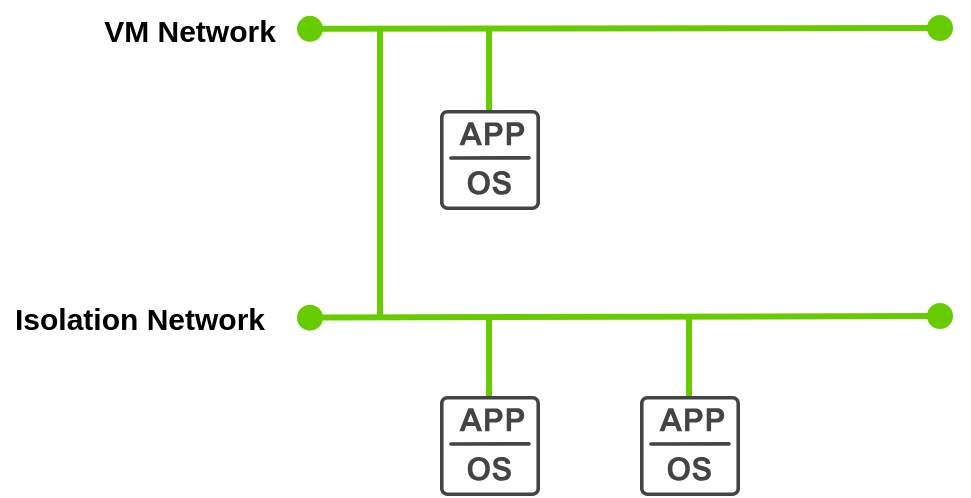
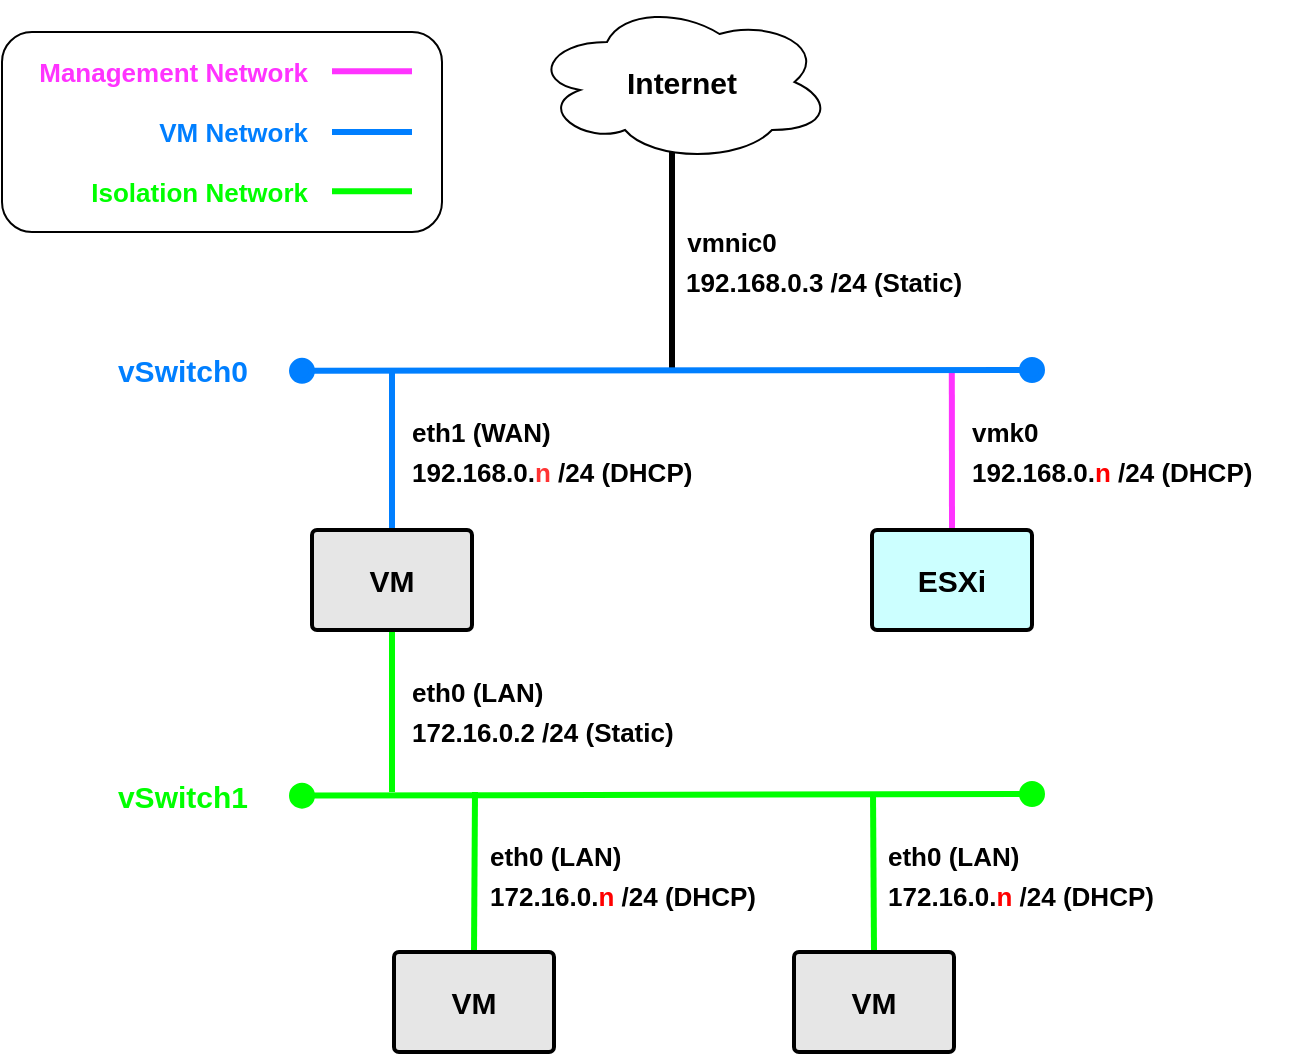
<mxfile host="app.diagrams.net">
  <diagram name="ページ-1" id="D9XlB_TMD_-MUx1WWyKS">
-     <mxGraphModel dx="870" dy="1125" grid="1" gridSize="10" guides="1" tooltips="1" connect="1" arrows="1" fold="1" page="1" pageScale="1" pageWidth="827" pageHeight="1169" math="0" shadow="0">
+     <mxGraphModel dx="620" dy="776" grid="1" gridSize="10" guides="1" tooltips="1" connect="1" arrows="1" fold="1" page="1" pageScale="1" pageWidth="827" pageHeight="1169" math="0" shadow="0">
      <root>
        <mxCell id="0" />
        <mxCell id="1" parent="0" />
-         <mxCell id="pE-su3vWhePZpemRAO9L-37" edge="1" parent="1" style="endArrow=oval;html=1;rounded=0;startArrow=oval;startFill=1;endFill=1;strokeWidth=3;startSize=10;endSize=10;strokeColor=#66CC00;" value="">
+         <mxCell id="pE-su3vWhePZpemRAO9L-59" edge="1" parent="1" source="KYxcwjHtLG0wu8oCJr7q-87" style="endArrow=none;html=1;rounded=0;strokeWidth=3;startSize=6;strokeColor=#007FFF;exitX=0.5;exitY=0;exitDx=0;exitDy=0;" value="">
          <mxGeometry height="50" relative="1" width="50" as="geometry">
-             <mxPoint x="235" y="284.40999999999997" as="sourcePoint" />
-             <mxPoint x="550" y="284" as="targetPoint" />
+             <mxPoint x="280" y="390" as="sourcePoint" />
+             <mxPoint x="280" y="310" as="targetPoint" />
          </mxGeometry>
        </mxCell>
-         <mxCell id="pE-su3vWhePZpemRAO9L-39" parent="1" style="text;html=1;whiteSpace=wrap;strokeColor=none;fillColor=none;align=center;verticalAlign=middle;rounded=0;autosize=1;resizable=0;fontSize=15;fontStyle=1" value="VM Network" vertex="1">
-           <mxGeometry height="30" width="110" x="120" y="270" as="geometry" />
+         <mxCell id="Ucy1ZjD5wb_D-EbqR8lm-11" parent="1" style="ellipse;shape=cloud;whiteSpace=wrap;html=1;fontStyle=1;fontSize=15;" value="Internet" vertex="1">
+           <mxGeometry height="80" width="150" x="350" y="125" as="geometry" />
        </mxCell>
-         <mxCell id="pE-su3vWhePZpemRAO9L-45" edge="1" parent="1" style="endArrow=oval;html=1;rounded=0;startArrow=oval;startFill=1;endFill=1;strokeWidth=3;startSize=10;endSize=10;strokeColor=#66CC00;" value="">
+         <mxCell id="Ucy1ZjD5wb_D-EbqR8lm-12" edge="1" parent="1" style="endArrow=none;html=1;rounded=0;strokeWidth=3;startSize=6;strokeColor=#000000;" value="">
          <mxGeometry height="50" relative="1" width="50" as="geometry">
-             <mxPoint x="235" y="428.81999999999994" as="sourcePoint" />
-             <mxPoint x="550" y="428" as="targetPoint" />
+             <mxPoint x="420" y="310" as="sourcePoint" />
+             <mxPoint x="420" y="200" as="targetPoint" />
          </mxGeometry>
        </mxCell>
-         <mxCell id="pE-su3vWhePZpemRAO9L-46" parent="1" style="text;html=1;whiteSpace=wrap;strokeColor=none;fillColor=none;align=center;verticalAlign=middle;rounded=0;autosize=1;resizable=0;fontSize=15;fontStyle=1" value="Isolation Network" vertex="1">
-           <mxGeometry height="30" width="140" x="80" y="414" as="geometry" />
+         <mxCell id="Ucy1ZjD5wb_D-EbqR8lm-13" parent="1" style="text;html=1;whiteSpace=wrap;strokeColor=none;fillColor=none;align=center;verticalAlign=middle;rounded=0;autosize=1;resizable=0;fontSize=13;fontStyle=1" value="vmnic0" vertex="1">
+           <mxGeometry height="30" width="60" x="420" y="230" as="geometry" />
        </mxCell>
-         <mxCell id="pE-su3vWhePZpemRAO9L-47" edge="1" parent="1" style="endArrow=none;html=1;rounded=0;strokeWidth=3;startSize=6;strokeColor=#66CC00;" value="">
+         <mxCell id="KYxcwjHtLG0wu8oCJr7q-10" edge="1" parent="1" source="KYxcwjHtLG0wu8oCJr7q-15" style="endArrow=none;html=1;rounded=0;strokeWidth=3;startSize=6;strokeColor=#FF33FF;exitX=0.5;exitY=0;exitDx=0;exitDy=0;labelBorderColor=none;" value="">
          <mxGeometry height="50" relative="1" width="50" as="geometry">
-             <mxPoint x="270" y="428" as="sourcePoint" />
-             <mxPoint x="270" y="284" as="targetPoint" />
+             <mxPoint x="559.9659090909092" y="350" as="sourcePoint" />
+             <mxPoint x="559.9100000000001" y="309" as="targetPoint" />
          </mxGeometry>
        </mxCell>
-         <mxCell id="pE-su3vWhePZpemRAO9L-55" parent="1" style="sketch=0;pointerEvents=1;shadow=0;dashed=0;html=1;strokeColor=none;fillColor=#434445;aspect=fixed;labelPosition=center;verticalLabelPosition=bottom;verticalAlign=top;align=center;outlineConnect=0;shape=mxgraph.vvd.app;" value="" vertex="1">
-           <mxGeometry height="50" width="50" x="300" y="468" as="geometry" />
+         <mxCell id="KYxcwjHtLG0wu8oCJr7q-30" connectable="0" parent="1" style="group" value="" vertex="1">
+           <mxGeometry height="49.5" width="170" x="288" y="455" as="geometry" />
        </mxCell>
-         <mxCell id="pE-su3vWhePZpemRAO9L-57" parent="1" style="sketch=0;pointerEvents=1;shadow=0;dashed=0;html=1;strokeColor=none;fillColor=#434445;aspect=fixed;labelPosition=center;verticalLabelPosition=bottom;verticalAlign=top;align=center;outlineConnect=0;shape=mxgraph.vvd.app;" value="" vertex="1">
-           <mxGeometry height="50" width="50" x="400" y="468" as="geometry" />
+         <mxCell id="Ucy1ZjD5wb_D-EbqR8lm-18" parent="KYxcwjHtLG0wu8oCJr7q-30" style="text;html=1;whiteSpace=wrap;strokeColor=none;fillColor=none;align=left;verticalAlign=middle;rounded=0;autosize=1;resizable=0;fontSize=13;fontStyle=1" value="eth0 (LAN)" vertex="1">
+           <mxGeometry height="30" width="90" as="geometry" />
        </mxCell>
-         <mxCell id="pE-su3vWhePZpemRAO9L-58" parent="1" style="sketch=0;pointerEvents=1;shadow=0;dashed=0;html=1;strokeColor=none;fillColor=#434445;aspect=fixed;labelPosition=center;verticalLabelPosition=bottom;verticalAlign=top;align=center;outlineConnect=0;shape=mxgraph.vvd.app;" value="" vertex="1">
-           <mxGeometry height="50" width="50" x="300" y="325" as="geometry" />
+         <mxCell id="KYxcwjHtLG0wu8oCJr7q-29" parent="KYxcwjHtLG0wu8oCJr7q-30" style="text;html=1;whiteSpace=wrap;strokeColor=none;fillColor=none;align=left;verticalAlign=middle;rounded=0;autosize=1;resizable=0;fontSize=13;fontStyle=1" value="&lt;div&gt;172.16.0.2 /24 (Static)&lt;/div&gt;" vertex="1">
+           <mxGeometry height="30" width="150" y="19.5" as="geometry" />
        </mxCell>
-         <mxCell id="pE-su3vWhePZpemRAO9L-59" edge="1" parent="1" style="endArrow=none;html=1;rounded=0;strokeWidth=3;startSize=6;strokeColor=#66CC00;" value="">
+         <mxCell id="KYxcwjHtLG0wu8oCJr7q-31" connectable="0" parent="1" style="group" value="" vertex="1">
+           <mxGeometry height="50" width="170" x="327" y="537" as="geometry" />
+         </mxCell>
+         <mxCell id="Ucy1ZjD5wb_D-EbqR8lm-19" parent="KYxcwjHtLG0wu8oCJr7q-31" style="text;html=1;whiteSpace=wrap;strokeColor=none;fillColor=none;align=left;verticalAlign=middle;rounded=0;autosize=1;resizable=0;fontSize=13;fontStyle=1" value="eth0 (LAN)" vertex="1">
+           <mxGeometry height="30" width="90" as="geometry" />
+         </mxCell>
+         <mxCell id="KYxcwjHtLG0wu8oCJr7q-28" parent="KYxcwjHtLG0wu8oCJr7q-31" style="text;html=1;whiteSpace=wrap;strokeColor=none;fillColor=none;align=left;verticalAlign=middle;rounded=0;autosize=1;resizable=0;fontSize=13;fontStyle=1" value="&lt;div&gt;172.16.0.&lt;span style=&quot;color: rgb(255, 0, 0);&quot;&gt;n&lt;/span&gt; /24 (DHCP)&lt;/div&gt;" vertex="1">
+           <mxGeometry height="30" width="160" y="20" as="geometry" />
+         </mxCell>
+         <mxCell id="KYxcwjHtLG0wu8oCJr7q-37" edge="1" parent="1" style="endArrow=none;html=1;rounded=0;strokeWidth=3;startSize=6;strokeColor=#00FF00;" target="KYxcwjHtLG0wu8oCJr7q-87" value="">
          <mxGeometry height="50" relative="1" width="50" as="geometry">
-             <mxPoint x="324.5000000000002" y="325" as="sourcePoint" />
-             <mxPoint x="324.5" y="284" as="targetPoint" />
+             <mxPoint x="280" y="520" as="sourcePoint" />
+             <mxPoint x="280" y="440" as="targetPoint" />
          </mxGeometry>
        </mxCell>
-         <mxCell id="pE-su3vWhePZpemRAO9L-60" edge="1" parent="1" style="endArrow=none;html=1;rounded=0;strokeWidth=3;startSize=6;strokeColor=#66CC00;" value="">
+         <mxCell id="KYxcwjHtLG0wu8oCJr7q-38" connectable="0" parent="1" style="group" value="" vertex="1">
+           <mxGeometry height="30" width="470" x="130" y="467" as="geometry" />
+         </mxCell>
+         <mxCell id="pE-su3vWhePZpemRAO9L-46" parent="KYxcwjHtLG0wu8oCJr7q-38" style="text;html=1;whiteSpace=wrap;strokeColor=none;fillColor=none;align=right;verticalAlign=middle;rounded=0;autosize=1;resizable=0;fontSize=15;fontStyle=1;fontColor=#00FF00;" value="vSwitch1" vertex="1">
+           <mxGeometry height="30" width="80" y="40" as="geometry" />
+         </mxCell>
+         <mxCell id="pE-su3vWhePZpemRAO9L-45" edge="1" parent="KYxcwjHtLG0wu8oCJr7q-38" style="endArrow=oval;html=1;rounded=0;startArrow=oval;startFill=1;endFill=1;strokeWidth=3;startSize=10;endSize=10;strokeColor=#00FF00;" value="">
          <mxGeometry height="50" relative="1" width="50" as="geometry">
-             <mxPoint x="324.5000000000002" y="468" as="sourcePoint" />
-             <mxPoint x="324.5" y="427" as="targetPoint" />
+             <mxPoint x="105" y="54.819999999999936" as="sourcePoint" />
+             <mxPoint x="470" y="54" as="targetPoint" />
          </mxGeometry>
        </mxCell>
-         <mxCell id="pE-su3vWhePZpemRAO9L-61" edge="1" parent="1" style="endArrow=none;html=1;rounded=0;strokeWidth=3;startSize=6;strokeColor=#66CC00;" value="">
+         <mxCell id="KYxcwjHtLG0wu8oCJr7q-40" connectable="0" parent="1" style="group" value="" vertex="1">
+           <mxGeometry height="49.5" width="170" x="288" y="325" as="geometry" />
+         </mxCell>
+         <mxCell id="KYxcwjHtLG0wu8oCJr7q-41" parent="KYxcwjHtLG0wu8oCJr7q-40" style="text;html=1;whiteSpace=wrap;strokeColor=none;fillColor=none;align=left;verticalAlign=middle;rounded=0;autosize=1;resizable=0;fontSize=13;fontStyle=1" value="eth1 (WAN)" vertex="1">
+           <mxGeometry height="30" width="90" as="geometry" />
+         </mxCell>
+         <mxCell id="KYxcwjHtLG0wu8oCJr7q-42" parent="KYxcwjHtLG0wu8oCJr7q-40" style="text;html=1;whiteSpace=wrap;strokeColor=none;fillColor=none;align=left;verticalAlign=middle;rounded=0;autosize=1;resizable=0;fontSize=13;fontStyle=1" value="&lt;div&gt;192.168.0.&lt;span style=&quot;color: rgb(255, 51, 51);&quot;&gt;n&lt;/span&gt; /24 (DHCP)&lt;/div&gt;" vertex="1">
+           <mxGeometry height="30" width="160" y="19.5" as="geometry" />
+         </mxCell>
+         <mxCell id="KYxcwjHtLG0wu8oCJr7q-44" connectable="0" parent="1" style="group" value="" vertex="1">
+           <mxGeometry height="49.5" width="170" x="568" y="325" as="geometry" />
+         </mxCell>
+         <mxCell id="KYxcwjHtLG0wu8oCJr7q-11" parent="KYxcwjHtLG0wu8oCJr7q-44" style="text;html=1;whiteSpace=wrap;strokeColor=none;fillColor=none;align=left;verticalAlign=middle;rounded=0;autosize=1;resizable=0;fontSize=13;fontStyle=1" value="vmk0" vertex="1">
+           <mxGeometry height="30" width="50" x="5.684341886080802e-14" as="geometry" />
+         </mxCell>
+         <mxCell id="KYxcwjHtLG0wu8oCJr7q-43" parent="KYxcwjHtLG0wu8oCJr7q-44" style="text;html=1;whiteSpace=wrap;strokeColor=none;fillColor=none;align=left;verticalAlign=middle;rounded=0;autosize=1;resizable=0;fontSize=13;fontStyle=1" value="&lt;div&gt;192.168.0.&lt;span style=&quot;color: rgb(255, 0, 0);&quot;&gt;n&lt;/span&gt; /24 (DHCP)&lt;/div&gt;" vertex="1">
+           <mxGeometry height="30" width="160" y="19.5" as="geometry" />
+         </mxCell>
+         <mxCell id="KYxcwjHtLG0wu8oCJr7q-45" connectable="0" parent="1" style="group" value="" vertex="1">
+           <mxGeometry height="30" width="500" x="100" y="294" as="geometry" />
+         </mxCell>
+         <mxCell id="pE-su3vWhePZpemRAO9L-39" parent="KYxcwjHtLG0wu8oCJr7q-45" style="text;html=1;whiteSpace=wrap;strokeColor=none;fillColor=none;align=right;verticalAlign=middle;rounded=0;autosize=1;resizable=0;fontSize=15;fontStyle=1;fontColor=#007FFF;" value="vSwitch0　　" vertex="1">
+           <mxGeometry height="30" width="110" as="geometry" />
+         </mxCell>
+         <mxCell id="pE-su3vWhePZpemRAO9L-37" edge="1" parent="KYxcwjHtLG0wu8oCJr7q-45" style="endArrow=oval;html=1;rounded=0;startArrow=oval;startFill=1;endFill=1;strokeWidth=3;startSize=10;endSize=10;strokeColor=#007FFF;" value="">
          <mxGeometry height="50" relative="1" width="50" as="geometry">
-             <mxPoint x="424.5000000000002" y="468" as="sourcePoint" />
-             <mxPoint x="424.5" y="427" as="targetPoint" />
+             <mxPoint x="135" y="15.409999999999968" as="sourcePoint" />
+             <mxPoint x="500" y="15" as="targetPoint" />
          </mxGeometry>
+         </mxCell>
+         <mxCell id="KYxcwjHtLG0wu8oCJr7q-55" connectable="0" parent="1" style="group" value="" vertex="1">
+           <mxGeometry height="100" width="220" x="85" y="140" as="geometry" />
+         </mxCell>
+         <mxCell id="KYxcwjHtLG0wu8oCJr7q-46" parent="KYxcwjHtLG0wu8oCJr7q-55" style="rounded=1;whiteSpace=wrap;html=1;fillColor=#FFFFFF;" value="" vertex="1">
+           <mxGeometry height="100" width="220" as="geometry" />
+         </mxCell>
+         <mxCell id="KYxcwjHtLG0wu8oCJr7q-47" edge="1" parent="KYxcwjHtLG0wu8oCJr7q-55" style="endArrow=none;html=1;rounded=0;strokeWidth=3;startSize=6;strokeColor=#FF33FF;movable=1;resizable=1;rotatable=1;deletable=1;editable=1;locked=0;connectable=1;" value="">
+           <mxGeometry height="50" relative="1" width="50" as="geometry">
+             <mxPoint x="165" y="19.659999999999968" as="sourcePoint" />
+             <mxPoint x="205" y="19.659999999999968" as="targetPoint" />
+           </mxGeometry>
+         </mxCell>
+         <mxCell id="KYxcwjHtLG0wu8oCJr7q-48" edge="1" parent="KYxcwjHtLG0wu8oCJr7q-55" style="endArrow=none;html=1;rounded=0;strokeWidth=3;startSize=6;strokeColor=#007FFF;movable=1;resizable=1;rotatable=1;deletable=1;editable=1;locked=0;connectable=1;" value="">
+           <mxGeometry height="50" relative="1" width="50" as="geometry">
+             <mxPoint x="165" y="50" as="sourcePoint" />
+             <mxPoint x="205" y="50" as="targetPoint" />
+           </mxGeometry>
+         </mxCell>
+         <mxCell id="KYxcwjHtLG0wu8oCJr7q-49" edge="1" parent="KYxcwjHtLG0wu8oCJr7q-55" style="endArrow=none;html=1;rounded=0;strokeWidth=3;startSize=6;strokeColor=#00FF00;movable=1;resizable=1;rotatable=1;deletable=1;editable=1;locked=0;connectable=1;" value="">
+           <mxGeometry height="50" relative="1" width="50" as="geometry">
+             <mxPoint x="165" y="79.65999999999997" as="sourcePoint" />
+             <mxPoint x="205" y="79.65999999999997" as="targetPoint" />
+           </mxGeometry>
+         </mxCell>
+         <mxCell id="KYxcwjHtLG0wu8oCJr7q-50" parent="KYxcwjHtLG0wu8oCJr7q-55" style="text;html=1;whiteSpace=wrap;strokeColor=none;fillColor=none;align=right;verticalAlign=middle;rounded=0;autosize=1;resizable=0;fontSize=13;fontStyle=1;fontColor=#FF33FF;" value="Management Network" vertex="1">
+           <mxGeometry height="30" width="150" x="5" y="5" as="geometry" />
+         </mxCell>
+         <mxCell id="KYxcwjHtLG0wu8oCJr7q-51" parent="KYxcwjHtLG0wu8oCJr7q-55" style="text;html=1;whiteSpace=wrap;strokeColor=none;fillColor=none;align=right;verticalAlign=middle;rounded=0;autosize=1;resizable=0;fontSize=13;fontStyle=1;fontColor=#007FFF;" value="&lt;span style=&quot;&quot;&gt;VM Network&lt;/span&gt;" vertex="1">
+           <mxGeometry height="30" width="90" x="65" y="35" as="geometry" />
+         </mxCell>
+         <mxCell id="KYxcwjHtLG0wu8oCJr7q-52" parent="KYxcwjHtLG0wu8oCJr7q-55" style="text;html=1;whiteSpace=wrap;strokeColor=none;fillColor=none;align=right;verticalAlign=middle;rounded=0;autosize=1;resizable=0;fontSize=13;fontStyle=1;fontColor=#00FF00;" value="Isolation Network" vertex="1">
+           <mxGeometry height="30" width="120" x="35" y="65" as="geometry" />
+         </mxCell>
+         <mxCell id="KYxcwjHtLG0wu8oCJr7q-61" parent="1" style="text;html=1;whiteSpace=wrap;strokeColor=none;fillColor=none;align=left;verticalAlign=middle;rounded=0;autosize=1;resizable=0;fontSize=13;fontStyle=1" value="&lt;div&gt;192.168.0.3 /24 (Static)&lt;/div&gt;" vertex="1">
+           <mxGeometry height="30" width="160" x="425" y="250" as="geometry" />
+         </mxCell>
+         <mxCell id="KYxcwjHtLG0wu8oCJr7q-68" connectable="0" parent="1" style="group" value="" vertex="1">
+           <mxGeometry height="50" width="170" x="526" y="537" as="geometry" />
+         </mxCell>
+         <mxCell id="KYxcwjHtLG0wu8oCJr7q-69" parent="KYxcwjHtLG0wu8oCJr7q-68" style="text;html=1;whiteSpace=wrap;strokeColor=none;fillColor=none;align=left;verticalAlign=middle;rounded=0;autosize=1;resizable=0;fontSize=13;fontStyle=1" value="eth0 (LAN)" vertex="1">
+           <mxGeometry height="30" width="90" as="geometry" />
+         </mxCell>
+         <mxCell id="KYxcwjHtLG0wu8oCJr7q-70" parent="KYxcwjHtLG0wu8oCJr7q-68" style="text;html=1;whiteSpace=wrap;strokeColor=none;fillColor=none;align=left;verticalAlign=middle;rounded=0;autosize=1;resizable=0;fontSize=13;fontStyle=1" value="&lt;div&gt;172.16.0.&lt;span style=&quot;color: rgb(255, 0, 0);&quot;&gt;n&lt;/span&gt; /24 (DHCP)&lt;/div&gt;" vertex="1">
+           <mxGeometry height="30" width="160" y="20" as="geometry" />
+         </mxCell>
+         <mxCell id="KYxcwjHtLG0wu8oCJr7q-83" connectable="0" parent="1" style="group;fillColor=#CCFFFF;" value="" vertex="1">
+           <mxGeometry height="50" width="80" x="520" y="389" as="geometry" />
+         </mxCell>
+         <mxCell id="KYxcwjHtLG0wu8oCJr7q-15" parent="KYxcwjHtLG0wu8oCJr7q-83" style="rounded=1;whiteSpace=wrap;html=1;fillColor=none;strokeColor=default;strokeWidth=2;arcSize=5;container=0;" value="" vertex="1">
+           <mxGeometry height="50" width="80" as="geometry" />
+         </mxCell>
+         <mxCell id="KYxcwjHtLG0wu8oCJr7q-82" parent="KYxcwjHtLG0wu8oCJr7q-83" style="text;html=1;whiteSpace=wrap;strokeColor=none;fillColor=none;align=center;verticalAlign=middle;rounded=0;autosize=1;resizable=0;fontSize=15;fontStyle=1" value="ESXi" vertex="1">
+           <mxGeometry height="30" width="60" x="10.004285714285714" y="10" as="geometry" />
+         </mxCell>
+         <mxCell id="KYxcwjHtLG0wu8oCJr7q-86" connectable="0" parent="1" style="group;fillColor=#E6E6E6;" value="" vertex="1">
+           <mxGeometry height="50" width="80" x="240" y="389" as="geometry" />
+         </mxCell>
+         <mxCell id="KYxcwjHtLG0wu8oCJr7q-87" parent="KYxcwjHtLG0wu8oCJr7q-86" style="rounded=1;whiteSpace=wrap;html=1;fillColor=none;strokeColor=default;strokeWidth=2;arcSize=5;container=0;" value="" vertex="1">
+           <mxGeometry height="50" width="80" as="geometry" />
+         </mxCell>
+         <mxCell id="KYxcwjHtLG0wu8oCJr7q-88" parent="KYxcwjHtLG0wu8oCJr7q-86" style="text;html=1;whiteSpace=wrap;strokeColor=none;fillColor=none;align=center;verticalAlign=middle;rounded=0;autosize=1;resizable=0;fontSize=15;fontStyle=1" value="VM" vertex="1">
+           <mxGeometry height="30" width="50" x="14.998571428571427" y="10" as="geometry" />
+         </mxCell>
+         <mxCell id="KYxcwjHtLG0wu8oCJr7q-66" edge="1" parent="1" source="KYxcwjHtLG0wu8oCJr7q-96" style="endArrow=none;html=1;rounded=0;strokeWidth=3;startSize=6;strokeColor=#00FF00;exitX=0.5;exitY=0;exitDx=0;exitDy=0;" value="">
+           <mxGeometry height="50" relative="1" width="50" as="geometry">
+             <mxPoint x="520.8809523809523" y="600" as="sourcePoint" />
+             <mxPoint x="520.5" y="520" as="targetPoint" />
+           </mxGeometry>
+         </mxCell>
+         <mxCell id="KYxcwjHtLG0wu8oCJr7q-95" connectable="0" parent="1" style="group;fillColor=#E6E6E6;" value="" vertex="1">
+           <mxGeometry height="50" width="80" x="481" y="600" as="geometry" />
+         </mxCell>
+         <mxCell id="KYxcwjHtLG0wu8oCJr7q-96" parent="KYxcwjHtLG0wu8oCJr7q-95" style="rounded=1;whiteSpace=wrap;html=1;fillColor=none;strokeColor=default;strokeWidth=2;arcSize=5;container=0;" value="" vertex="1">
+           <mxGeometry height="50" width="80" as="geometry" />
+         </mxCell>
+         <mxCell id="KYxcwjHtLG0wu8oCJr7q-97" parent="KYxcwjHtLG0wu8oCJr7q-95" style="text;html=1;whiteSpace=wrap;strokeColor=none;fillColor=none;align=center;verticalAlign=middle;rounded=0;autosize=1;resizable=0;fontSize=15;fontStyle=1" value="VM" vertex="1">
+           <mxGeometry height="30" width="50" x="14.998571428571427" y="10" as="geometry" />
+         </mxCell>
+         <mxCell id="pE-su3vWhePZpemRAO9L-60" edge="1" parent="1" source="KYxcwjHtLG0wu8oCJr7q-92" style="endArrow=none;html=1;rounded=0;strokeWidth=3;startSize=6;strokeColor=#00FF00;exitX=0.5;exitY=0;exitDx=0;exitDy=0;" value="">
+           <mxGeometry height="50" relative="1" width="50" as="geometry">
+             <mxPoint x="290" y="590" as="sourcePoint" />
+             <mxPoint x="321.5" y="520" as="targetPoint" />
+           </mxGeometry>
+         </mxCell>
+         <mxCell id="KYxcwjHtLG0wu8oCJr7q-91" connectable="0" parent="1" style="group;fillColor=#E6E6E6;" value="" vertex="1">
+           <mxGeometry height="50" width="80" x="281" y="600" as="geometry" />
+         </mxCell>
+         <mxCell id="KYxcwjHtLG0wu8oCJr7q-93" parent="KYxcwjHtLG0wu8oCJr7q-91" style="text;html=1;whiteSpace=wrap;strokeColor=none;fillColor=none;align=center;verticalAlign=middle;rounded=0;autosize=1;resizable=0;fontSize=15;fontStyle=1" value="VM" vertex="1">
+           <mxGeometry height="30" width="50" x="14.998571428571427" y="10" as="geometry" />
+         </mxCell>
+         <mxCell id="KYxcwjHtLG0wu8oCJr7q-92" parent="KYxcwjHtLG0wu8oCJr7q-91" style="rounded=1;whiteSpace=wrap;html=1;fillColor=none;strokeColor=default;strokeWidth=2;arcSize=5;container=0;" value="" vertex="1">
+           <mxGeometry height="50" width="80" as="geometry" />
        </mxCell>
      </root>
    </mxGraphModel>
  </diagram>
</mxfile>
